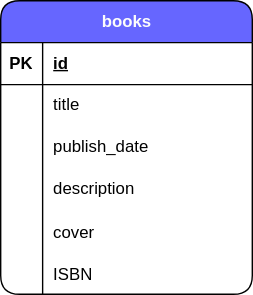
camargobiel/book-trade-api keeps this draw.io diagram as docs/database-model.svg. Above is the earlier version. Source tidied: cells renumbered, new cells last; positions are measured from the earlier drawing's top-left corner, leaving out a move shared by most shapes.
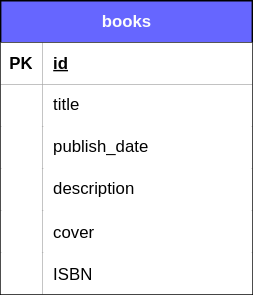
After the change.

Commit message:
docs: fixing background color

The edit, as a diff of the source:
```diff
@@ -2,61 +2,61 @@
   <root>
     <mxCell id="0" />
     <mxCell id="1" parent="0" />
-    <mxCell id="2" value="books" style="shape=table;startSize=30;rowLines=0;fontStyle=1;align=center;html=1;rounded=1;fillColor=#6666FF;fontColor=#FCFCFC;" parent="1" vertex="1">
+    <mxCell id="2" value="books" style="shape=table;startSize=30;rowLines=0;fontStyle=1;align=center;html=1;rounded=0;fillColor=#6666FF;fontColor=#FCFCFC;labelBackgroundColor=none;" parent="1" vertex="1">
       <mxGeometry width="180" height="210" as="geometry" />
     </mxCell>
     <mxCell id="3" style="shape=tableRow;horizontal=0;startSize=0;swimlaneHead=0;swimlaneBody=0;fillColor=none;top=0;left=0;right=0;bottom=1;" parent="2" vertex="1">
       <mxGeometry y="30" width="180" height="30" as="geometry" />
     </mxCell>
-    <mxCell id="4" value="PK" style="shape=partialRectangle;fillColor=none;top=0;left=0;bottom=0;right=0;fontStyle=1;overflow=hidden;whiteSpace=wrap;html=1;labelBackgroundColor=#FFFFFF;" parent="3" vertex="1">
+    <mxCell id="4" value="PK" style="shape=partialRectangle;fillColor=default;top=0;left=0;bottom=0;right=0;fontStyle=1;overflow=hidden;whiteSpace=wrap;html=1;labelBackgroundColor=#FFFFFF;" parent="3" vertex="1">
       <mxGeometry width="30" height="30" as="geometry" />
     </mxCell>
-    <mxCell id="5" value="id" style="shape=partialRectangle;fillColor=none;top=0;left=0;bottom=0;right=0;align=left;spacingLeft=6;fontStyle=5;overflow=hidden;whiteSpace=wrap;html=1;labelBackgroundColor=#FFFFFF;" parent="3" vertex="1">
+    <mxCell id="5" value="id" style="shape=partialRectangle;fillColor=default;top=0;left=0;bottom=0;right=0;align=left;spacingLeft=6;fontStyle=5;overflow=hidden;whiteSpace=wrap;html=1;labelBackgroundColor=#FFFFFF;" parent="3" vertex="1">
       <mxGeometry x="30" width="150" height="30" as="geometry" />
     </mxCell>
     <mxCell id="6" style="shape=tableRow;horizontal=0;startSize=0;swimlaneHead=0;swimlaneBody=0;fillColor=none;top=0;left=0;right=0;bottom=0;" parent="2" vertex="1">
       <mxGeometry y="60" width="180" height="30" as="geometry" />
     </mxCell>
-    <mxCell id="7" style="shape=partialRectangle;fillColor=none;top=0;left=0;bottom=0;right=0;overflow=hidden;whiteSpace=wrap;html=1;labelBackgroundColor=#FFFFFF;" parent="6" vertex="1">
+    <mxCell id="7" style="shape=partialRectangle;fillColor=default;top=0;left=0;bottom=0;right=0;overflow=hidden;whiteSpace=wrap;html=1;labelBackgroundColor=#FFFFFF;" parent="6" vertex="1">
       <mxGeometry width="30" height="30" as="geometry" />
     </mxCell>
-    <mxCell id="8" value="title&lt;br&gt;" style="shape=partialRectangle;fillColor=none;top=0;left=0;bottom=0;right=0;align=left;spacingLeft=6;overflow=hidden;whiteSpace=wrap;html=1;labelBackgroundColor=#FFFFFF;" parent="6" vertex="1">
+    <mxCell id="8" value="title&lt;br&gt;" style="shape=partialRectangle;fillColor=default;top=0;left=0;bottom=0;right=0;align=left;spacingLeft=6;overflow=hidden;whiteSpace=wrap;html=1;labelBackgroundColor=#FFFFFF;" parent="6" vertex="1">
       <mxGeometry x="30" width="150" height="30" as="geometry" />
     </mxCell>
     <mxCell id="9" style="shape=tableRow;horizontal=0;startSize=0;swimlaneHead=0;swimlaneBody=0;fillColor=none;top=0;left=0;right=0;bottom=0;" parent="2" vertex="1">
       <mxGeometry y="90" width="180" height="30" as="geometry" />
     </mxCell>
-    <mxCell id="10" style="shape=partialRectangle;fillColor=none;top=0;left=0;bottom=0;right=0;overflow=hidden;whiteSpace=wrap;html=1;labelBackgroundColor=#FFFFFF;" parent="9" vertex="1">
+    <mxCell id="10" style="shape=partialRectangle;fillColor=default;top=0;left=0;bottom=0;right=0;overflow=hidden;whiteSpace=wrap;html=1;labelBackgroundColor=#FFFFFF;" parent="9" vertex="1">
       <mxGeometry width="30" height="30" as="geometry" />
     </mxCell>
-    <mxCell id="11" value="publish_date" style="shape=partialRectangle;fillColor=none;top=0;left=0;bottom=0;right=0;align=left;spacingLeft=6;overflow=hidden;whiteSpace=wrap;html=1;labelBackgroundColor=#FFFFFF;" parent="9" vertex="1">
+    <mxCell id="11" value="publish_date" style="shape=partialRectangle;fillColor=default;top=0;left=0;bottom=0;right=0;align=left;spacingLeft=6;overflow=hidden;whiteSpace=wrap;html=1;labelBackgroundColor=#FFFFFF;" parent="9" vertex="1">
       <mxGeometry x="30" width="150" height="30" as="geometry" />
     </mxCell>
     <mxCell id="12" style="shape=tableRow;horizontal=0;startSize=0;swimlaneHead=0;swimlaneBody=0;fillColor=none;top=0;left=0;right=0;bottom=0;" parent="2" vertex="1">
       <mxGeometry y="120" width="180" height="30" as="geometry" />
     </mxCell>
-    <mxCell id="13" style="shape=partialRectangle;fillColor=none;top=0;left=0;bottom=0;right=0;overflow=hidden;whiteSpace=wrap;html=1;labelBackgroundColor=#FFFFFF;" parent="12" vertex="1">
+    <mxCell id="13" style="shape=partialRectangle;fillColor=default;top=0;left=0;bottom=0;right=0;overflow=hidden;whiteSpace=wrap;html=1;labelBackgroundColor=#FFFFFF;" parent="12" vertex="1">
       <mxGeometry width="30" height="30" as="geometry" />
     </mxCell>
-    <mxCell id="14" value="description" style="shape=partialRectangle;fillColor=none;top=0;left=0;bottom=0;right=0;align=left;spacingLeft=6;overflow=hidden;whiteSpace=wrap;html=1;labelBackgroundColor=#FFFFFF;" parent="12" vertex="1">
+    <mxCell id="14" value="description" style="shape=partialRectangle;fillColor=default;top=0;left=0;bottom=0;right=0;align=left;spacingLeft=6;overflow=hidden;whiteSpace=wrap;html=1;labelBackgroundColor=#FFFFFF;" parent="12" vertex="1">
       <mxGeometry x="30" width="150" height="30" as="geometry" />
     </mxCell>
     <mxCell id="15" style="shape=tableRow;horizontal=0;startSize=0;swimlaneHead=0;swimlaneBody=0;fillColor=none;top=0;left=0;right=0;bottom=0;" parent="2" vertex="1">
       <mxGeometry y="150" width="180" height="30" as="geometry" />
     </mxCell>
-    <mxCell id="16" style="shape=partialRectangle;fillColor=none;top=0;left=0;bottom=0;right=0;overflow=hidden;labelBackgroundColor=#FFFFFF;" parent="15" vertex="1">
+    <mxCell id="16" style="shape=partialRectangle;fillColor=default;top=0;left=0;bottom=0;right=0;overflow=hidden;labelBackgroundColor=#FFFFFF;" parent="15" vertex="1">
       <mxGeometry width="30" height="30" as="geometry" />
     </mxCell>
-    <mxCell id="17" value="cover" style="shape=partialRectangle;fillColor=none;top=0;left=0;bottom=0;right=0;align=left;spacingLeft=6;overflow=hidden;labelBackgroundColor=#FFFFFF;" parent="15" vertex="1">
+    <mxCell id="17" value="cover" style="shape=partialRectangle;fillColor=default;top=0;left=0;bottom=0;right=0;align=left;spacingLeft=6;overflow=hidden;labelBackgroundColor=#FFFFFF;" parent="15" vertex="1">
       <mxGeometry x="30" width="150" height="30" as="geometry" />
     </mxCell>
     <mxCell id="18" style="shape=tableRow;horizontal=0;startSize=0;swimlaneHead=0;swimlaneBody=0;fillColor=none;top=0;left=0;right=0;bottom=0;" parent="2" vertex="1">
       <mxGeometry y="180" width="180" height="30" as="geometry" />
     </mxCell>
-    <mxCell id="19" style="shape=partialRectangle;fillColor=none;top=0;left=0;bottom=0;right=0;overflow=hidden;labelBackgroundColor=#FFFFFF;" parent="18" vertex="1">
+    <mxCell id="19" style="shape=partialRectangle;fillColor=default;top=0;left=0;bottom=0;right=0;overflow=hidden;labelBackgroundColor=#FFFFFF;" parent="18" vertex="1">
       <mxGeometry width="30" height="30" as="geometry" />
     </mxCell>
-    <mxCell id="20" value="ISBN" style="shape=partialRectangle;fillColor=none;top=0;left=0;bottom=0;right=0;align=left;spacingLeft=6;overflow=hidden;labelBackgroundColor=#FFFFFF;" parent="18" vertex="1">
+    <mxCell id="20" value="ISBN" style="shape=partialRectangle;fillColor=default;top=0;left=0;bottom=0;right=0;align=left;spacingLeft=6;overflow=hidden;labelBackgroundColor=#FFFFFF;" parent="18" vertex="1">
       <mxGeometry x="30" width="150" height="30" as="geometry" />
     </mxCell>
   </root>
```
